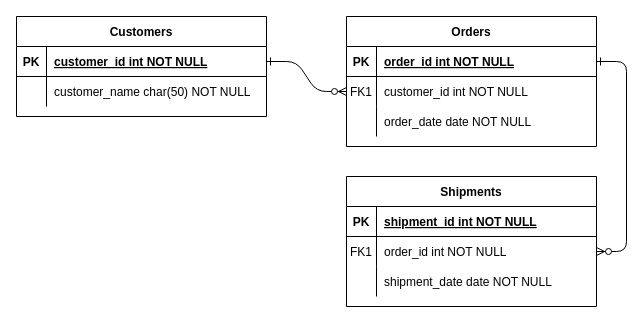
Before: htw-wd-todo.drawio in jneidel/htw-webdev, a draw.io diagram. Source tidied: cells renumbered, new cells numbered last; positions are measured from the earlier drawing's top-left corner, leaving out a move shared by most shapes. Both pictures are drawn from the tidied source at 100%, with x=0, y=0 at pixel (16, 16).
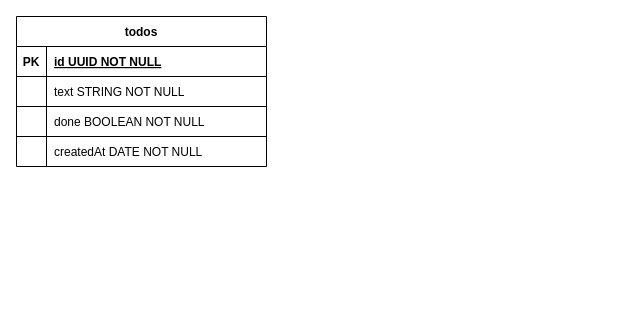
The same diagram, later.

Commit message:
Add todos table

Unchanged cells that the change refers to:
```xml
<mxCell id="25" style="shape=partialRectangle;fillColor=none;points=[[0,0.5],[1,0.5]];portConstraint=eastwest;top=0;left=0;right=0;bottom=1;" parent="24" vertex="1">
  <mxGeometry y="30" width="250" height="30" as="geometry" />
</mxCell>
<mxCell id="28" style="shape=partialRectangle;fillColor=none;top=0;left=0;right=0;bottom=0;" parent="24" vertex="1">
  <mxGeometry y="60" width="250" height="30" as="geometry" />
</mxCell>
```

Diff of the diagram source:
```diff
@@
-    <mxCell id="2" style="edgeStyle=entityRelationEdgeStyle;endArrow=ERzeroToMany;startArrow=ERone;endFill=1;startFill=0;" parent="1" edge="1" source="25" target="8">
-      <mxGeometry relative="1" as="geometry" />
-    </mxCell>
-    <mxCell id="3" style="edgeStyle=entityRelationEdgeStyle;endArrow=ERzeroToMany;startArrow=ERone;endFill=1;startFill=0;" parent="1" edge="1" source="5" target="18">
-      <mxGeometry relative="1" as="geometry" />
-    </mxCell>
-    <mxCell id="4" value="Orders" style="shape=table;startSize=30;childLayout=tableLayout;rowLines=0;fontStyle=1;align=center;" parent="1" vertex="1">
-      <mxGeometry x="330" width="250" height="130" as="geometry" />
-    </mxCell>
-    <mxCell id="5" style="shape=partialRectangle;fillColor=none;points=[[0,0.5],[1,0.5]];portConstraint=eastwest;top=0;left=0;right=0;bottom=1;" parent="4" vertex="1">
-      <mxGeometry y="30" width="250" height="30" as="geometry" />
-    </mxCell>
-    <mxCell id="6" value="PK" style="shape=partialRectangle;overflow=hidden;fillColor=none;top=0;left=0;bottom=0;right=0;fontStyle=1;" parent="5" vertex="1">
-      <mxGeometry width="30" height="30" as="geometry" />
-    </mxCell>
-    <mxCell id="7" value="order_id int NOT NULL " style="shape=partialRectangle;overflow=hidden;fillColor=none;top=0;left=0;bottom=0;right=0;align=left;spacingLeft=6;fontStyle=5;" parent="5" vertex="1">
-      <mxGeometry x="30" width="220" height="30" as="geometry" />
-    </mxCell>
-    <mxCell id="8" style="shape=partialRectangle;fillColor=none;points=[[0,0.5],[1,0.5]];portConstraint=eastwest;top=0;left=0;right=0;bottom=0;" parent="4" vertex="1">
-      <mxGeometry y="60" width="250" height="30" as="geometry" />
-    </mxCell>
-    <mxCell id="9" value="FK1" style="shape=partialRectangle;overflow=hidden;fillColor=none;top=0;left=0;bottom=0;right=0;" parent="8" vertex="1">
-      <mxGeometry width="30" height="30" as="geometry" />
-    </mxCell>
-    <mxCell id="10" value="customer_id int NOT NULL" style="shape=partialRectangle;overflow=hidden;fillColor=none;top=0;left=0;bottom=0;right=0;align=left;spacingLeft=6;" parent="8" vertex="1">
-      <mxGeometry x="30" width="220" height="30" as="geometry" />
-    </mxCell>
-    <mxCell id="11" style="shape=partialRectangle;fillColor=none;top=0;left=0;right=0;bottom=0;" parent="4" vertex="1">
-      <mxGeometry y="90" width="250" height="30" as="geometry" />
-    </mxCell>
-    <mxCell id="12" style="shape=partialRectangle;overflow=hidden;fillColor=none;top=0;left=0;bottom=0;right=0;" parent="11" vertex="1">
-      <mxGeometry width="30" height="30" as="geometry" />
-    </mxCell>
-    <mxCell id="13" value="order_date date NOT NULL" style="shape=partialRectangle;overflow=hidden;fillColor=none;top=0;left=0;bottom=0;right=0;align=left;spacingLeft=6;" parent="11" vertex="1">
-      <mxGeometry x="30" width="220" height="30" as="geometry" />
-    </mxCell>
-    <mxCell id="14" value="Shipments" style="shape=table;startSize=30;childLayout=tableLayout;rowLines=0;fontStyle=1;align=center;" parent="1" vertex="1">
-      <mxGeometry x="330" y="160" width="250" height="130" as="geometry" />
-    </mxCell>
-    <mxCell id="15" style="shape=partialRectangle;fillColor=none;top=0;left=0;right=0;bottom=1;" parent="14" vertex="1">
-      <mxGeometry y="30" width="250" height="30" as="geometry" />
-    </mxCell>
-    <mxCell id="16" value="PK" style="shape=partialRectangle;overflow=hidden;fillColor=none;top=0;left=0;bottom=0;right=0;fontStyle=1;" parent="15" vertex="1">
-      <mxGeometry width="30" height="30" as="geometry" />
-    </mxCell>
-    <mxCell id="17" value="shipment_id int NOT NULL " style="shape=partialRectangle;overflow=hidden;fillColor=none;top=0;left=0;bottom=0;right=0;align=left;spacingLeft=6;fontStyle=5;" parent="15" vertex="1">
-      <mxGeometry x="30" width="220" height="30" as="geometry" />
-    </mxCell>
-    <mxCell id="18" style="shape=partialRectangle;fillColor=none;points=[[0,0.5],[1,0.5]];portConstraint=eastwest;top=0;left=0;right=0;bottom=0;" parent="14" vertex="1">
-      <mxGeometry y="60" width="250" height="30" as="geometry" />
-    </mxCell>
-    <mxCell id="19" value="FK1" style="shape=partialRectangle;overflow=hidden;fillColor=none;top=0;left=0;bottom=0;right=0;" parent="18" vertex="1">
-      <mxGeometry width="30" height="30" as="geometry" />
-    </mxCell>
-    <mxCell id="20" value="order_id int NOT NULL" style="shape=partialRectangle;overflow=hidden;fillColor=none;top=0;left=0;bottom=0;right=0;align=left;spacingLeft=6;" parent="18" vertex="1">
-      <mxGeometry x="30" width="220" height="30" as="geometry" />
-    </mxCell>
-    <mxCell id="21" style="shape=partialRectangle;fillColor=none;top=0;left=0;right=0;bottom=0;" parent="14" vertex="1">
-      <mxGeometry y="90" width="250" height="30" as="geometry" />
-    </mxCell>
-    <mxCell id="22" style="shape=partialRectangle;overflow=hidden;fillColor=none;top=0;left=0;bottom=0;right=0;" parent="21" vertex="1">
-      <mxGeometry width="30" height="30" as="geometry" />
-    </mxCell>
-    <mxCell id="23" value="shipment_date date NOT NULL" style="shape=partialRectangle;overflow=hidden;fillColor=none;top=0;left=0;bottom=0;right=0;align=left;spacingLeft=6;" parent="21" vertex="1">
-      <mxGeometry x="30" width="220" height="30" as="geometry" />
-    </mxCell>
-    <mxCell id="24" value="Customers" style="shape=table;startSize=30;childLayout=tableLayout;rowLines=0;fontStyle=1;align=center;" parent="1" vertex="1">
-      <mxGeometry width="250" height="100" as="geometry" />
+    <mxCell id="24" value="todos" style="shape=table;startSize=30;childLayout=tableLayout;rowLines=1;fontStyle=1;align=center;columnLines=1;resizeLastRow=1;rounded=0;shadow=0;sketch=0;" parent="1" vertex="1">
+      <mxGeometry width="250" height="150" as="geometry" />
     </mxCell>
@@
-    <mxCell id="27" value="customer_id int NOT NULL " style="shape=partialRectangle;overflow=hidden;fillColor=none;top=0;left=0;bottom=0;right=0;align=left;spacingLeft=6;fontStyle=5;" parent="25" vertex="1">
+    <mxCell id="27" value="id UUID NOT NULL " style="shape=partialRectangle;overflow=hidden;fillColor=none;top=0;left=0;bottom=0;right=0;align=left;spacingLeft=6;fontStyle=5;" parent="25" vertex="1">
       <mxGeometry x="30" width="220" height="30" as="geometry" />
     </mxCell>
@@
-    <mxCell id="30" value="customer_name char(50) NOT NULL" style="shape=partialRectangle;overflow=hidden;fillColor=none;top=0;left=0;bottom=0;right=0;align=left;spacingLeft=6;" parent="28" vertex="1">
+    <mxCell id="30" value="text STRING NOT NULL" style="shape=partialRectangle;overflow=hidden;fillColor=none;top=0;left=0;bottom=0;right=0;align=left;spacingLeft=6;" parent="28" vertex="1">
       <mxGeometry x="30" width="220" height="30" as="geometry" />
     </mxCell>
+    <mxCell id="31" style="shape=partialRectangle;fillColor=none;top=0;left=0;right=0;bottom=0;" parent="24" vertex="1">
+      <mxGeometry y="90" width="250" height="30" as="geometry" />
+    </mxCell>
+    <mxCell id="32" style="shape=partialRectangle;overflow=hidden;fillColor=none;top=0;left=0;bottom=0;right=0;" parent="31" vertex="1">
+      <mxGeometry width="30" height="30" as="geometry" />
+    </mxCell>
+    <mxCell id="33" value="done BOOLEAN NOT NULL" style="shape=partialRectangle;overflow=hidden;fillColor=none;top=0;left=0;bottom=0;right=0;align=left;spacingLeft=6;" parent="31" vertex="1">
+      <mxGeometry x="30" width="220" height="30" as="geometry" />
+    </mxCell>
+    <mxCell id="34" style="shape=partialRectangle;fillColor=none;top=0;left=0;right=0;bottom=0;" parent="24" vertex="1">
+      <mxGeometry y="120" width="250" height="30" as="geometry" />
+    </mxCell>
+    <mxCell id="35" style="shape=partialRectangle;overflow=hidden;fillColor=none;top=0;left=0;bottom=0;right=0;" parent="34" vertex="1">
+      <mxGeometry width="30" height="30" as="geometry" />
+    </mxCell>
+    <mxCell id="36" value="createdAt DATE NOT NULL" style="shape=partialRectangle;overflow=hidden;fillColor=none;top=0;left=0;bottom=0;right=0;align=left;spacingLeft=6;" parent="34" vertex="1">
+      <mxGeometry x="30" width="220" height="30" as="geometry" />
+    </mxCell>
```
